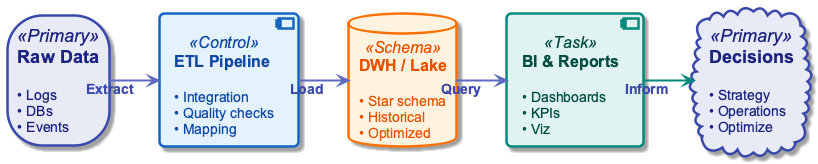
OrPerets/data-engineering-course keeps this PlantUML diagram as diagrams/week01/week1_bi_context.png. Above is the earlier version.
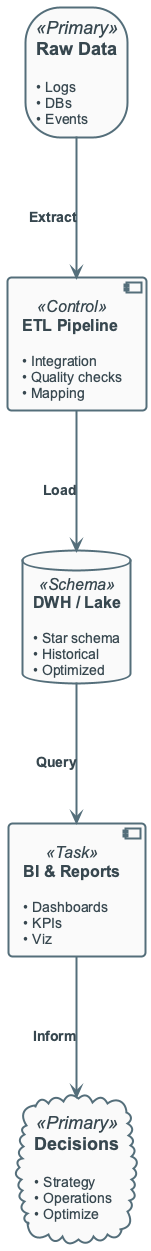
After the commit.

Change to the diagram source:
```diff
@@ -12,9 +12,9 @@
 
 cloud "**Decisions**\n\n<size:14>• Strategy</size>\n<size:14>• Operations</size>\n<size:14>• Optimize</size>" as X <<Primary>>
 
-R -[#5C6BC0,thickness=2]-> E : <color:#3949AB>**Extract**</color>
-E -[#5C6BC0,thickness=2]-> D : <color:#3949AB>**Load**</color>
-D -[#5C6BC0,thickness=2]-> B : <color:#3949AB>**Query**</color>
-B -[#00897B,thickness=2]-> X : <color:#3949AB>**Inform**</color>
+R -> E : **Extract**
+E -> D : **Load**
+D -> B : **Query**
+B -> X : **Inform**
 
 @enduml
```
